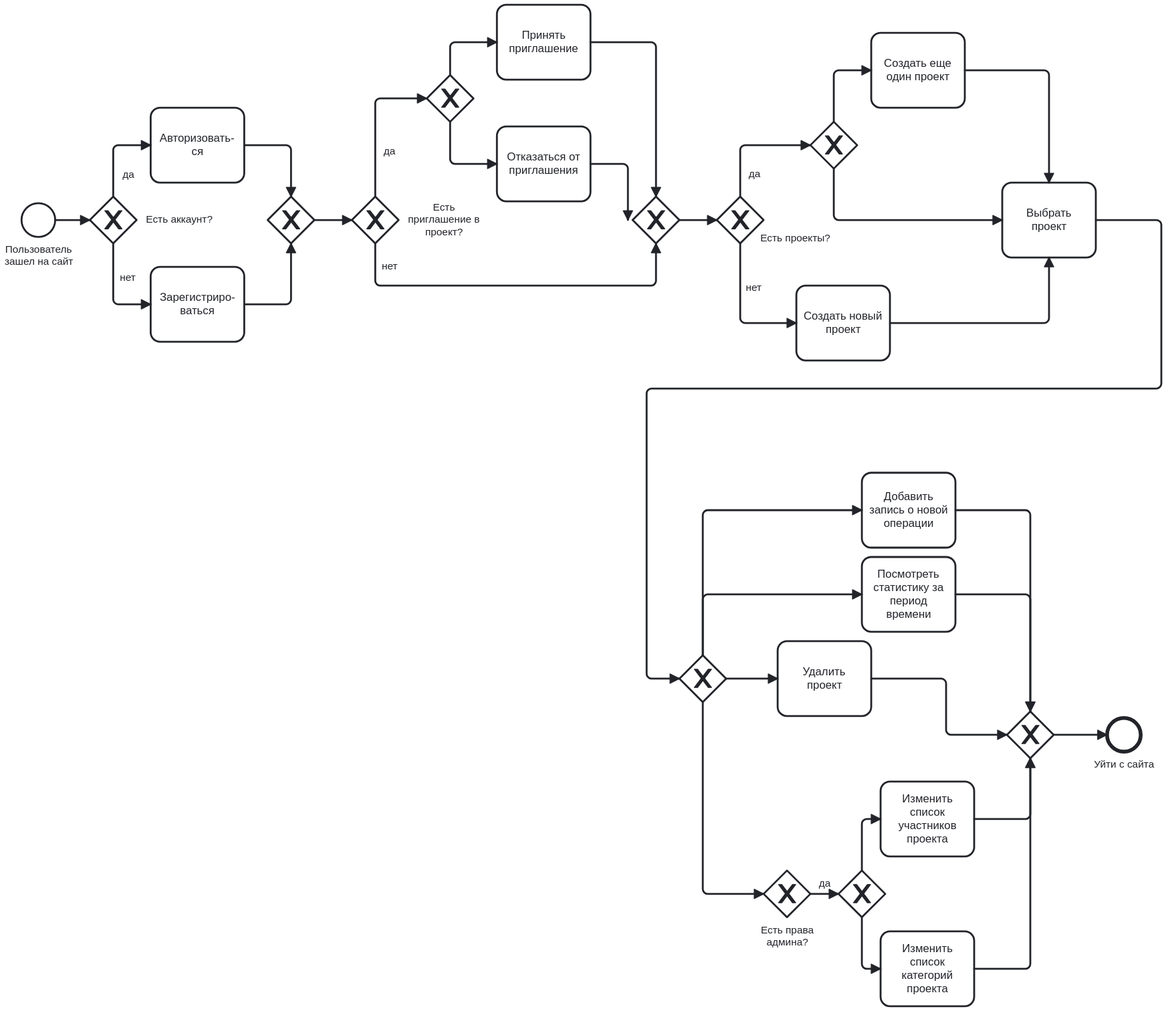
Earlier version of the BPMN export img/bpmn_diagram.svg (anorien03/bmstu-iu7-ppo). Its source is kept beside it as img/diagrams/bpmn_diagram.bpmn. Ids are renumbered.
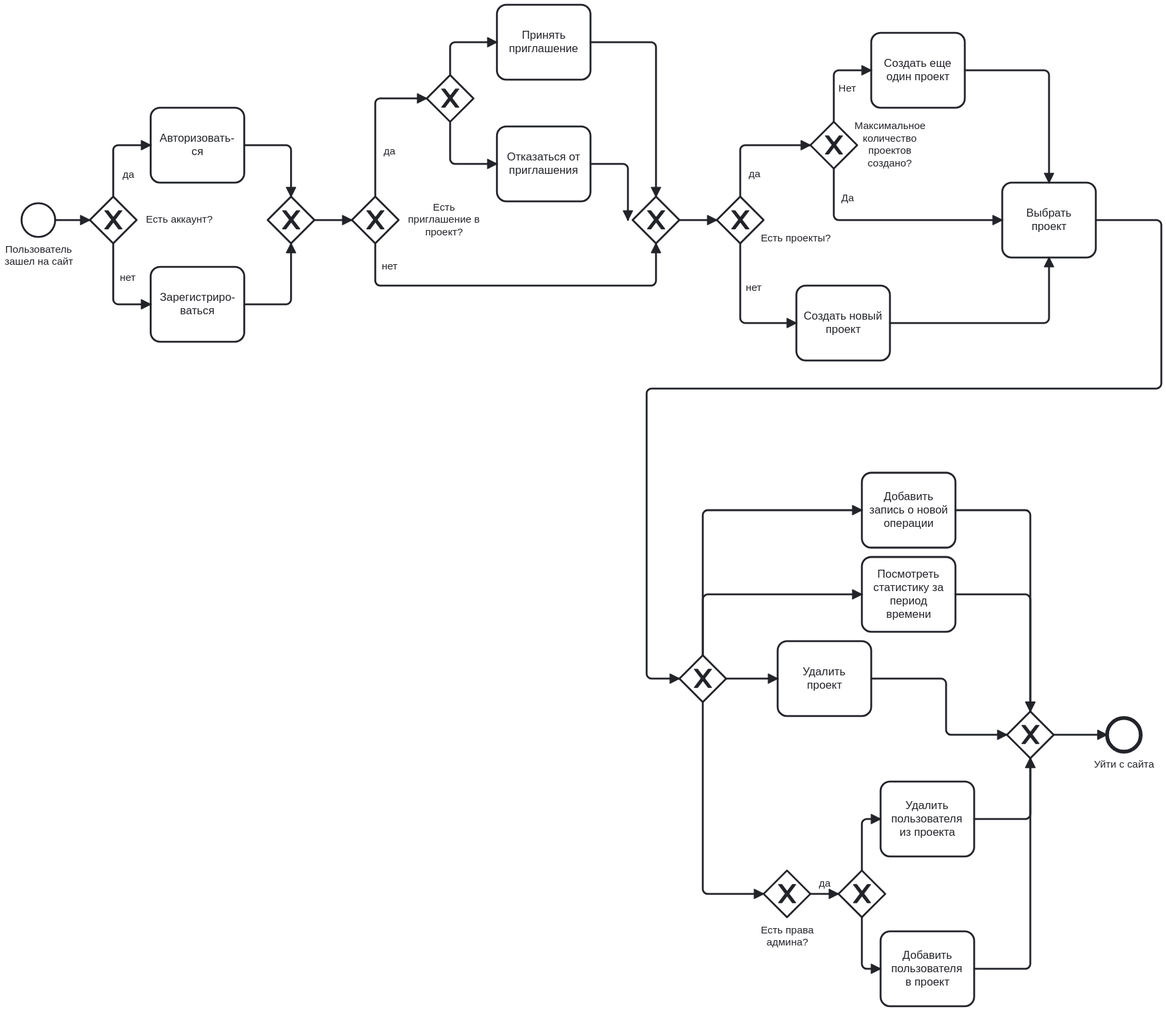
The same diagram one commit later.

Commit message:
Изменение bpmn-диаграммы

Diff of the diagram source:
```diff
@@ -60,7 +60,7 @@
       <outgoing>Flow_n27</outgoing>
     </task>
     <sequenceFlow id="Flow_n24" name="нет" sourceRef="Gateway_n23" targetRef="Activity_n26" />
-    <exclusiveGateway id="Gateway_n28">
+    <exclusiveGateway id="Gateway_n28" name="Максимальное количество проектов создано?">
       <incoming>Flow_n25</incoming>
       <outgoing>Flow_n29</outgoing>
       <outgoing>Flow_n30</outgoing>
@@ -76,8 +76,8 @@
       <incoming>Flow_n29</incoming>
       <outgoing>Flow_n32</outgoing>
     </task>
-    <sequenceFlow id="Flow_n29" sourceRef="Gateway_n28" targetRef="Activity_n34" />
-    <sequenceFlow id="Flow_n30" sourceRef="Gateway_n28" targetRef="Activity_n31" />
+    <sequenceFlow id="Flow_n29" name="Нет" sourceRef="Gateway_n28" targetRef="Activity_n34" />
+    <sequenceFlow id="Flow_n30" name="Да" sourceRef="Gateway_n28" targetRef="Activity_n31" />
     <sequenceFlow id="Flow_n27" sourceRef="Activity_n26" targetRef="Activity_n31" />
     <sequenceFlow id="Flow_n32" sourceRef="Activity_n34" targetRef="Activity_n31" />
     <exclusiveGateway id="Gateway_n35">
@@ -109,13 +109,9 @@
     </exclusiveGateway>
     <sequenceFlow id="Flow_n37" sourceRef="Gateway_n36" targetRef="Activity_n41" />
     <sequenceFlow id="Flow_n38" sourceRef="Gateway_n36" targetRef="Activity_n43" />
-    <task id="Activity_n47" name="Изменить список участников проекта">
+    <task id="Activity_n47" name="Удалить пользователя из проекта">
       <incoming>Flow_n48</incoming>
       <outgoing>Flow_n49</outgoing>
-    </task>
-    <task id="Activity_n50" name="Изменить список категорий проекта">
-      <incoming>Flow_n51</incoming>
-      <outgoing>Flow_n52</outgoing>
     </task>
     <exclusiveGateway id="Gateway_n53">
       <incoming>Flow_n46</incoming>
@@ -124,7 +120,6 @@
     </exclusiveGateway>
     <sequenceFlow id="Flow_n46" name="да" sourceRef="Gateway_n45" targetRef="Gateway_n53" />
     <sequenceFlow id="Flow_n48" sourceRef="Gateway_n53" targetRef="Activity_n47" />
-    <sequenceFlow id="Flow_n51" sourceRef="Gateway_n53" targetRef="Activity_n50" />
     <sequenceFlow id="Flow_n39" sourceRef="Gateway_n36" targetRef="Gateway_n45" />
     <task id="Activity_n54" name="Удалить проект">
       <incoming>Flow_n40</incoming>
@@ -146,9 +141,14 @@
     <sequenceFlow id="Flow_n44" sourceRef="Activity_n43" targetRef="Gateway_n58" />
     <sequenceFlow id="Flow_n55" sourceRef="Activity_n54" targetRef="Gateway_n58" />
     <sequenceFlow id="Flow_n49" sourceRef="Activity_n47" targetRef="Gateway_n58" />
-    <sequenceFlow id="Flow_n52" sourceRef="Activity_n50" targetRef="Gateway_n58" />
     <sequenceFlow id="Flow_n57" sourceRef="Gateway_n58" targetRef="Event_n56" />
     <sequenceFlow id="Flow_n33" sourceRef="Activity_n31" targetRef="Gateway_n36" />
+    <sequenceFlow id="Flow_n51" sourceRef="Gateway_n53" targetRef="Activity_n50" />
+    <task id="Activity_n50" name="Добавить пользователя в проект">
+      <incoming>Flow_n51</incoming>
+      <outgoing>Flow_n52</outgoing>
+    </task>
+    <sequenceFlow id="Flow_n52" sourceRef="Activity_n50" targetRef="Gateway_n58" />
   </process>
   <bpmndi:BPMNDiagram id="BpmnDiagram_1">
     <bpmndi:BPMNPlane id="BpmnPlane_1" bpmnElement="Process_1">
@@ -158,15 +158,15 @@
           <omgdc:Bounds x="134" y="335" width="74" height="27" />
         </bpmndi:BPMNLabel>
       </bpmndi:BPMNShape>
+      <bpmndi:BPMNShape id="Task_n3_di" bpmnElement="Task_n3">
+        <omgdc:Bounds x="290" y="190" width="100" height="80" />
+        <bpmndi:BPMNLabel />
+      </bpmndi:BPMNShape>
       <bpmndi:BPMNShape id="Gateway_n6_di" bpmnElement="Gateway_n6" isMarkerVisible="true">
         <omgdc:Bounds x="225" y="285" width="50" height="50" />
         <bpmndi:BPMNLabel>
           <omgdc:Bounds x="285" y="303" width="72" height="14" />
         </bpmndi:BPMNLabel>
-      </bpmndi:BPMNShape>
-      <bpmndi:BPMNShape id="Task_n3_di" bpmnElement="Task_n3">
-        <omgdc:Bounds x="290" y="190" width="100" height="80" />
-        <bpmndi:BPMNLabel />
       </bpmndi:BPMNShape>
       <bpmndi:BPMNShape id="Activity_n8_di" bpmnElement="Activity_n8">
         <omgdc:Bounds x="290" y="360" width="100" height="80" />
@@ -181,15 +181,12 @@
           <omgdc:Bounds x="565" y="290" width="77" height="40" />
         </bpmndi:BPMNLabel>
       </bpmndi:BPMNShape>
-      <bpmndi:BPMNShape id="Gateway_n35_di" bpmnElement="Gateway_n35" isMarkerVisible="true">
-        <omgdc:Bounds x="585" y="155" width="50" height="50" />
+      <bpmndi:BPMNShape id="Activity_n15_di" bpmnElement="Activity_n15">
+        <omgdc:Bounds x="660" y="80" width="100" height="80" />
+        <bpmndi:BPMNLabel />
       </bpmndi:BPMNShape>
       <bpmndi:BPMNShape id="Activity_n18_di" bpmnElement="Activity_n18">
         <omgdc:Bounds x="660" y="210" width="100" height="80" />
-        <bpmndi:BPMNLabel />
-      </bpmndi:BPMNShape>
-      <bpmndi:BPMNShape id="Activity_n15_di" bpmnElement="Activity_n15">
-        <omgdc:Bounds x="660" y="80" width="100" height="80" />
         <bpmndi:BPMNLabel />
       </bpmndi:BPMNShape>
       <bpmndi:BPMNShape id="Gateway_n21_di" bpmnElement="Gateway_n21" isMarkerVisible="true">
@@ -201,20 +198,26 @@
           <omgdc:Bounds x="941.5" y="323" width="75" height="14" />
         </bpmndi:BPMNLabel>
       </bpmndi:BPMNShape>
+      <bpmndi:BPMNShape id="Activity_n26_di" bpmnElement="Activity_n26">
+        <omgdc:Bounds x="980" y="380" width="100" height="80" />
+        <bpmndi:BPMNLabel />
+      </bpmndi:BPMNShape>
       <bpmndi:BPMNShape id="Gateway_n28_di" bpmnElement="Gateway_n28" isMarkerVisible="true">
         <omgdc:Bounds x="995" y="205" width="50" height="50" />
+        <bpmndi:BPMNLabel>
+          <omgdc:Bounds x="1042" y="203" width="76" height="53" />
+        </bpmndi:BPMNLabel>
       </bpmndi:BPMNShape>
-      <bpmndi:BPMNShape id="Activity_n26_di" bpmnElement="Activity_n26">
-        <omgdc:Bounds x="980" y="380" width="100" height="80" />
+      <bpmndi:BPMNShape id="Activity_n31_di" bpmnElement="Activity_n31">
+        <omgdc:Bounds x="1200" y="270" width="100" height="80" />
         <bpmndi:BPMNLabel />
       </bpmndi:BPMNShape>
       <bpmndi:BPMNShape id="Activity_n34_di" bpmnElement="Activity_n34">
         <omgdc:Bounds x="1060" y="110" width="100" height="80" />
         <bpmndi:BPMNLabel />
       </bpmndi:BPMNShape>
-      <bpmndi:BPMNShape id="Activity_n31_di" bpmnElement="Activity_n31">
-        <omgdc:Bounds x="1200" y="270" width="100" height="80" />
-        <bpmndi:BPMNLabel />
+      <bpmndi:BPMNShape id="Gateway_n35_di" bpmnElement="Gateway_n35" isMarkerVisible="true">
+        <omgdc:Bounds x="585" y="155" width="50" height="50" />
       </bpmndi:BPMNShape>
       <bpmndi:BPMNShape id="Gateway_n36_di" bpmnElement="Gateway_n36" isMarkerVisible="true">
         <omgdc:Bounds x="855" y="775" width="50" height="50" />
@@ -291,6 +294,16 @@
         <omgdi:waypoint x="465" y="310" />
         <omgdi:waypoint x="505" y="310" />
       </bpmndi:BPMNEdge>
+      <bpmndi:BPMNEdge id="Flow_n17_di" bpmnElement="Flow_n17">
+        <omgdi:waypoint x="760" y="120" />
+        <omgdi:waypoint x="830" y="120" />
+        <omgdi:waypoint x="830" y="285" />
+      </bpmndi:BPMNEdge>
+      <bpmndi:BPMNEdge id="Flow_n20_di" bpmnElement="Flow_n20">
+        <omgdi:waypoint x="760" y="250" />
+        <omgdi:waypoint x="800" y="250" />
+        <omgdi:waypoint x="800" y="310" />
+      </bpmndi:BPMNEdge>
       <bpmndi:BPMNEdge id="Flow_n13_di" bpmnElement="Flow_n13">
         <omgdi:waypoint x="530" y="335" />
         <omgdi:waypoint x="530" y="380" />
@@ -299,34 +312,6 @@
         <bpmndi:BPMNLabel>
           <omgdc:Bounds x="537" y="353" width="18" height="14" />
         </bpmndi:BPMNLabel>
-      </bpmndi:BPMNEdge>
-      <bpmndi:BPMNEdge id="Flow_n14_di" bpmnElement="Flow_n14">
-        <omgdi:waypoint x="530" y="285" />
-        <omgdi:waypoint x="530" y="180" />
-        <omgdi:waypoint x="585" y="180" />
-        <bpmndi:BPMNLabel>
-          <omgdc:Bounds x="539" y="230" width="13" height="14" />
-        </bpmndi:BPMNLabel>
-      </bpmndi:BPMNEdge>
-      <bpmndi:BPMNEdge id="Flow_n19_di" bpmnElement="Flow_n19">
-        <omgdi:waypoint x="610" y="205" />
-        <omgdi:waypoint x="610" y="250" />
-        <omgdi:waypoint x="660" y="250" />
-      </bpmndi:BPMNEdge>
-      <bpmndi:BPMNEdge id="Flow_n16_di" bpmnElement="Flow_n16">
-        <omgdi:waypoint x="610" y="155" />
-        <omgdi:waypoint x="610" y="120" />
-        <omgdi:waypoint x="660" y="120" />
-      </bpmndi:BPMNEdge>
-      <bpmndi:BPMNEdge id="Flow_n20_di" bpmnElement="Flow_n20">
-        <omgdi:waypoint x="760" y="250" />
-        <omgdi:waypoint x="800" y="250" />
-        <omgdi:waypoint x="800" y="310" />
-      </bpmndi:BPMNEdge>
-      <bpmndi:BPMNEdge id="Flow_n17_di" bpmnElement="Flow_n17">
-        <omgdi:waypoint x="760" y="120" />
-        <omgdi:waypoint x="830" y="120" />
-        <omgdi:waypoint x="830" y="285" />
       </bpmndi:BPMNEdge>
       <bpmndi:BPMNEdge id="Flow_n22_di" bpmnElement="Flow_n22">
         <omgdi:waypoint x="855" y="310" />
@@ -352,11 +337,17 @@
         <omgdi:waypoint x="1020" y="205" />
         <omgdi:waypoint x="1020" y="150" />
         <omgdi:waypoint x="1060" y="150" />
+        <bpmndi:BPMNLabel>
+          <omgdc:Bounds x="1025" y="163" width="20" height="14" />
+        </bpmndi:BPMNLabel>
       </bpmndi:BPMNEdge>
       <bpmndi:BPMNEdge id="Flow_n30_di" bpmnElement="Flow_n30">
         <omgdi:waypoint x="1020" y="255" />
         <omgdi:waypoint x="1020" y="310" />
         <omgdi:waypoint x="1200" y="310" />
+        <bpmndi:BPMNLabel>
+          <omgdc:Bounds x="1028" y="280" width="14" height="14" />
+        </bpmndi:BPMNLabel>
       </bpmndi:BPMNEdge>
       <bpmndi:BPMNEdge id="Flow_n27_di" bpmnElement="Flow_n27">
         <omgdi:waypoint x="1080" y="420" />
@@ -368,6 +359,24 @@
         <omgdi:waypoint x="1250" y="150" />
         <omgdi:waypoint x="1250" y="270" />
       </bpmndi:BPMNEdge>
+      <bpmndi:BPMNEdge id="Flow_n19_di" bpmnElement="Flow_n19">
+        <omgdi:waypoint x="610" y="205" />
+        <omgdi:waypoint x="610" y="250" />
+        <omgdi:waypoint x="660" y="250" />
+      </bpmndi:BPMNEdge>
+      <bpmndi:BPMNEdge id="Flow_n16_di" bpmnElement="Flow_n16">
+        <omgdi:waypoint x="610" y="155" />
+        <omgdi:waypoint x="610" y="120" />
+        <omgdi:waypoint x="660" y="120" />
+      </bpmndi:BPMNEdge>
+      <bpmndi:BPMNEdge id="Flow_n14_di" bpmnElement="Flow_n14">
+        <omgdi:waypoint x="530" y="285" />
+        <omgdi:waypoint x="530" y="180" />
+        <omgdi:waypoint x="585" y="180" />
+        <bpmndi:BPMNLabel>
+          <omgdc:Bounds x="539" y="230" width="13" height="14" />
+        </bpmndi:BPMNLabel>
+      </bpmndi:BPMNEdge>
       <bpmndi:BPMNEdge id="Flow_n37_di" bpmnElement="Flow_n37">
         <omgdi:waypoint x="880" y="775" />
         <omgdi:waypoint x="880" y="620" />
@@ -377,6 +386,23 @@
         <omgdi:waypoint x="880" y="775" />
         <omgdi:waypoint x="880" y="710" />
         <omgdi:waypoint x="1050" y="710" />
+      </bpmndi:BPMNEdge>
+      <bpmndi:BPMNEdge id="Flow_n46_di" bpmnElement="Flow_n46">
+        <omgdi:waypoint x="995" y="1030" />
+        <omgdi:waypoint x="1025" y="1030" />
+        <bpmndi:BPMNLabel>
+          <omgdc:Bounds x="1004" y="1012" width="13" height="14" />
+        </bpmndi:BPMNLabel>
+      </bpmndi:BPMNEdge>
+      <bpmndi:BPMNEdge id="Flow_n48_di" bpmnElement="Flow_n48">
+        <omgdi:waypoint x="1050" y="1005" />
+        <omgdi:waypoint x="1050" y="950" />
+        <omgdi:waypoint x="1070" y="950" />
+      </bpmndi:BPMNEdge>
+      <bpmndi:BPMNEdge id="Flow_n51_di" bpmnElement="Flow_n51">
+        <omgdi:waypoint x="1050" y="1055" />
+        <omgdi:waypoint x="1050" y="1110" />
+        <omgdi:waypoint x="1070" y="1110" />
       </bpmndi:BPMNEdge>
       <bpmndi:BPMNEdge id="Flow_n39_di" bpmnElement="Flow_n39">
         <omgdi:waypoint x="880" y="825" />
@@ -397,38 +423,21 @@
         <omgdi:waypoint x="1230" y="710" />
         <omgdi:waypoint x="1230" y="835" />
       </bpmndi:BPMNEdge>
-      <bpmndi:BPMNEdge id="Flow_n46_di" bpmnElement="Flow_n46">
-        <omgdi:waypoint x="995" y="1030" />
-        <omgdi:waypoint x="1025" y="1030" />
-        <bpmndi:BPMNLabel>
-          <omgdc:Bounds x="1004" y="1012" width="13" height="14" />
-        </bpmndi:BPMNLabel>
-      </bpmndi:BPMNEdge>
-      <bpmndi:BPMNEdge id="Flow_n48_di" bpmnElement="Flow_n48">
-        <omgdi:waypoint x="1050" y="1005" />
-        <omgdi:waypoint x="1050" y="950" />
-        <omgdi:waypoint x="1070" y="950" />
+      <bpmndi:BPMNEdge id="Flow_n55_di" bpmnElement="Flow_n55">
+        <omgdi:waypoint x="1060" y="800" />
+        <omgdi:waypoint x="1140" y="800" />
+        <omgdi:waypoint x="1140" y="860" />
+        <omgdi:waypoint x="1205" y="860" />
       </bpmndi:BPMNEdge>
       <bpmndi:BPMNEdge id="Flow_n49_di" bpmnElement="Flow_n49">
         <omgdi:waypoint x="1170" y="950" />
         <omgdi:waypoint x="1230" y="950" />
         <omgdi:waypoint x="1230" y="885" />
       </bpmndi:BPMNEdge>
-      <bpmndi:BPMNEdge id="Flow_n51_di" bpmnElement="Flow_n51">
-        <omgdi:waypoint x="1050" y="1055" />
-        <omgdi:waypoint x="1050" y="1110" />
-        <omgdi:waypoint x="1070" y="1110" />
-      </bpmndi:BPMNEdge>
       <bpmndi:BPMNEdge id="Flow_n52_di" bpmnElement="Flow_n52">
         <omgdi:waypoint x="1170" y="1110" />
         <omgdi:waypoint x="1230" y="1110" />
         <omgdi:waypoint x="1230" y="885" />
-      </bpmndi:BPMNEdge>
-      <bpmndi:BPMNEdge id="Flow_n55_di" bpmnElement="Flow_n55">
-        <omgdi:waypoint x="1060" y="800" />
-        <omgdi:waypoint x="1140" y="800" />
-        <omgdi:waypoint x="1140" y="860" />
-        <omgdi:waypoint x="1205" y="860" />
       </bpmndi:BPMNEdge>
       <bpmndi:BPMNEdge id="Flow_n57_di" bpmnElement="Flow_n57">
         <omgdi:waypoint x="1255" y="860" />
```
